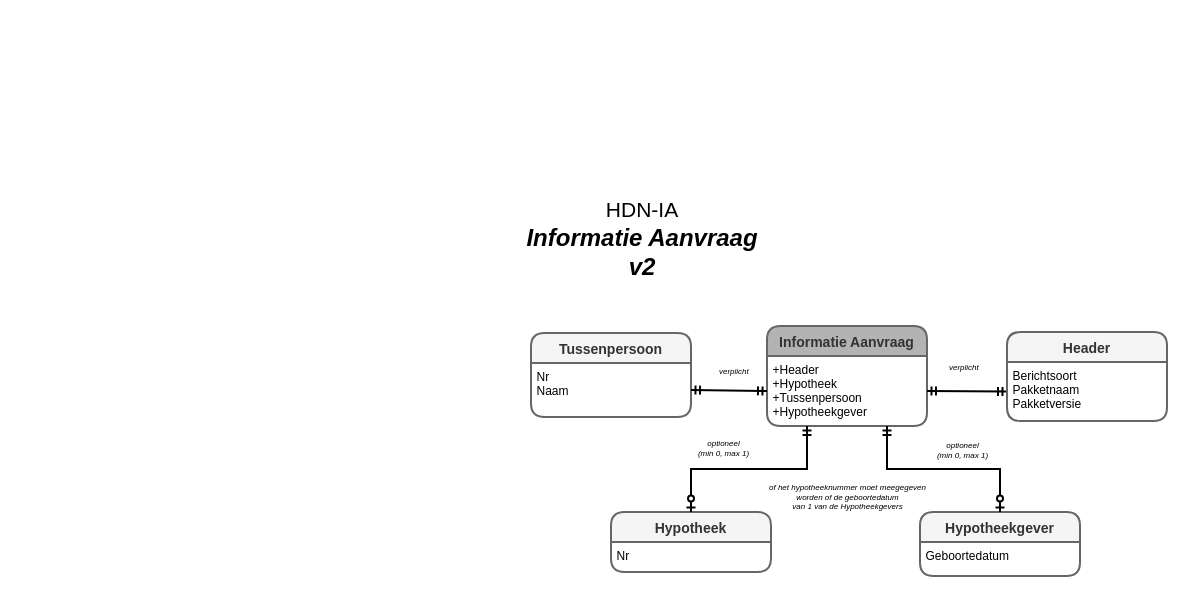
luchthandel/diagrams keeps this draw.io diagram as page "IA" (1 of 8) of 3rdParty-HDN.drawio. Above is the earlier version. Source tidied: cells renumbered, new cells numbered last; positions are measured from the earlier drawing's top-left corner, leaving out a move shared by most shapes. Both pictures are drawn from the tidied source at 100%, with x=0, y=0 at pixel (517, 185).
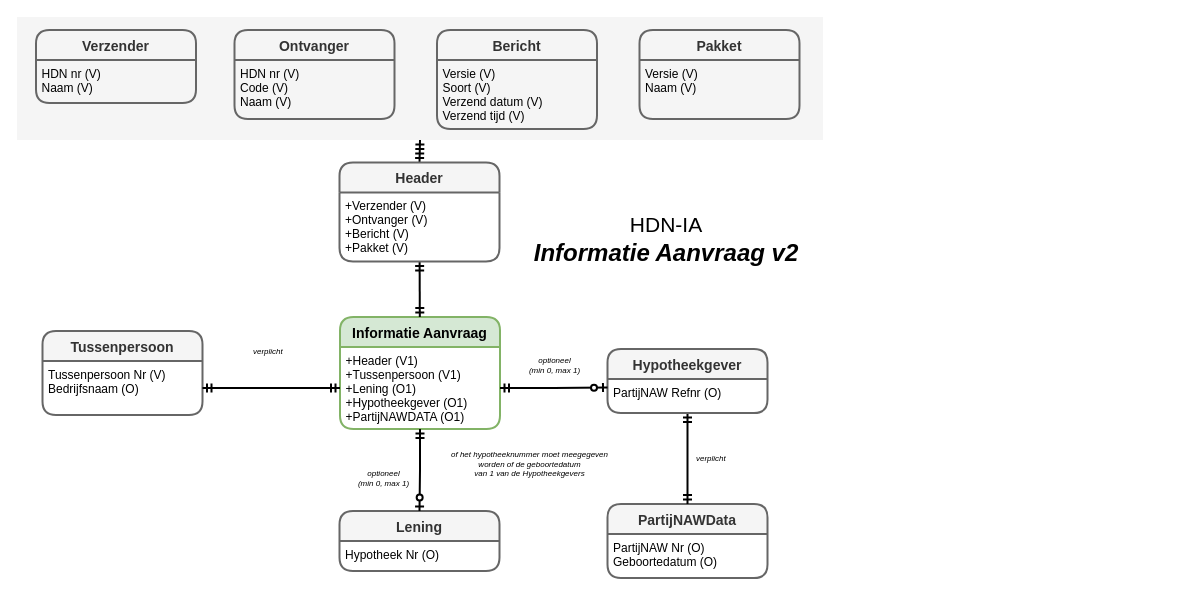
Above is the later version.

What changed in the source:
```diff
@@
-    <mxCell id="2" style="group;" parent="1" vertex="1">
-      <mxGeometry x="13.5" y="140.5" width="636" height="250" as="geometry" />
-    </mxCell>
+    <mxCell id="23" style="rounded=0;jettySize=auto;html=1;startArrow=ERmandOne;startFill=0;endArrow=ERmandOne;endFill=0;strokeWidth=2;fontSize=8;entryX=0.5;entryY=1;entryDx=0;entryDy=0;exitX=0.5;exitY=0;exitDx=0;exitDy=0;" parent="1" edge="1" source="16" target="27">
+      <mxGeometry relative="1" as="geometry" />
+    </mxCell>
+    <mxCell id="22" value="&lt;font style=&quot;font-size: 21px&quot;&gt;HDN-IA&lt;/font&gt;&lt;b style=&quot;font-size: 24px ; font-style: italic&quot;&gt;&lt;br&gt;Informatie Aanvraag v2&lt;/b&gt;" style="text;html=1;strokeColor=none;fillColor=none;align=center;verticalAlign=middle;whiteSpace=wrap;rounded=0;" parent="1" vertex="1">
+      <mxGeometry x="-0.5" y="-0.5" width="298" height="106" as="geometry" />
+    </mxCell>
+    <mxCell id="24" value="PartijNAWData" style="swimlane;horizontal=1;startSize=30;fillColor=#f5f5f5;fontColor=#333333;rounded=1;fontSize=14;fontStyle=1;strokeWidth=2;shadow=0;dashed=0;align=center;strokeColor=#666666;" parent="1" vertex="1">
+      <mxGeometry x="90" y="318.5" width="160" height="74" as="geometry" />
+    </mxCell>
+    <mxCell id="25" value="PartijNAW Nr (O)&#10;Geboortedatum (O)" style="align=left;strokeColor=none;fillColor=none;spacingLeft=4;fontSize=12;verticalAlign=top;" parent="24" vertex="1">
+      <mxGeometry y="30" width="160" height="44" as="geometry" />
+    </mxCell>
+    <mxCell id="26" style="rounded=0;jettySize=auto;html=1;startArrow=ERmandOne;startFill=0;endArrow=ERmandOne;endFill=0;strokeWidth=2;fontSize=8;exitX=0.5;exitY=0;exitDx=0;exitDy=0;" parent="1" edge="1" source="24" target="8">
+      <mxGeometry relative="1" as="geometry" />
+    </mxCell>
-    <mxCell id="3" value="Tussenpersoon" style="swimlane;horizontal=1;startSize=30;fillColor=#f5f5f5;fontColor=#333333;rounded=1;fontSize=14;fontStyle=1;strokeWidth=2;shadow=0;dashed=0;align=center;strokeColor=#666666;" parent="2" vertex="1">
-      <mxGeometry y="7" width="160" height="84" as="geometry" />
+    <mxCell id="3" value="Tussenpersoon" style="swimlane;horizontal=1;startSize=30;fillColor=#f5f5f5;fontColor=#333333;rounded=1;fontSize=14;fontStyle=1;strokeWidth=2;shadow=0;dashed=0;align=center;strokeColor=#666666;" parent="1" vertex="1">
+      <mxGeometry x="-475" y="145.5" width="160" height="84" as="geometry" />
     </mxCell>
-    <mxCell id="4" value="Nr&#10;Naam" style="align=left;strokeColor=none;fillColor=none;spacingLeft=4;fontSize=12;verticalAlign=top;" parent="3" vertex="1">
+    <mxCell id="4" value="Tussenpersoon Nr (V)&#10;Bedrijfsnaam (O)" style="align=left;strokeColor=none;fillColor=none;spacingLeft=4;fontSize=12;verticalAlign=top;" parent="3" vertex="1">
       <mxGeometry y="30" width="160" height="54" as="geometry" />
     </mxCell>
-    <mxCell id="5" value="Hypotheek" style="swimlane;horizontal=1;startSize=30;fillColor=#f5f5f5;rounded=1;fontSize=14;fontStyle=1;strokeWidth=2;shadow=0;dashed=0;align=center;strokeColor=#666666;fontColor=#333333;" parent="2" vertex="1">
-      <mxGeometry x="80" y="186" width="160" height="60" as="geometry" />
+    <mxCell id="5" value="Lening" style="swimlane;horizontal=1;startSize=30;fillColor=#f5f5f5;rounded=1;fontSize=14;fontStyle=1;strokeWidth=2;shadow=0;dashed=0;align=center;strokeColor=#666666;fontColor=#333333;" parent="1" vertex="1">
+      <mxGeometry x="-178" y="325.5" width="160" height="60" as="geometry" />
     </mxCell>
-    <mxCell id="6" value="Nr" style="align=left;strokeColor=none;fillColor=none;spacingLeft=4;fontSize=12;verticalAlign=top;" parent="5" vertex="1">
+    <mxCell id="6" value="Hypotheek Nr (O)" style="align=left;strokeColor=none;fillColor=none;spacingLeft=4;fontSize=12;verticalAlign=top;" parent="5" vertex="1">
       <mxGeometry y="30" width="160" height="30" as="geometry" />
     </mxCell>
-    <mxCell id="7" value="Hypotheekgever" style="swimlane;horizontal=1;startSize=30;fillColor=#f5f5f5;fontColor=#333333;rounded=1;fontSize=14;fontStyle=1;strokeWidth=2;shadow=0;dashed=0;align=center;strokeColor=#666666;" parent="2" vertex="1">
-      <mxGeometry x="389" y="186" width="160" height="64" as="geometry" />
+    <mxCell id="7" value="Hypotheekgever" style="swimlane;horizontal=1;startSize=30;fillColor=#f5f5f5;fontColor=#333333;rounded=1;fontSize=14;fontStyle=1;strokeWidth=2;shadow=0;dashed=0;align=center;strokeColor=#666666;" parent="1" vertex="1">
+      <mxGeometry x="90" y="163.5" width="160" height="64" as="geometry" />
     </mxCell>
-    <mxCell id="8" value="Geboortedatum" style="align=left;strokeColor=none;fillColor=none;spacingLeft=4;fontSize=12;verticalAlign=top;" parent="7" vertex="1">
+    <mxCell id="8" value="PartijNAW Refnr (O)" style="align=left;strokeColor=none;fillColor=none;spacingLeft=4;fontSize=12;verticalAlign=top;" parent="7" vertex="1">
       <mxGeometry y="30" width="160" height="34" as="geometry" />
     </mxCell>
-    <mxCell id="9" value="Informatie Aanvraag" style="swimlane;horizontal=1;startSize=30;fillColor=#B3B3B3;rounded=1;fontSize=14;fontStyle=1;strokeWidth=2;shadow=0;dashed=0;align=center;strokeColor=#666666;fontColor=#333333;" parent="2" vertex="1">
-      <mxGeometry x="236" width="160" height="100" as="geometry" />
+    <mxCell id="9" value="Informatie Aanvraag" style="swimlane;horizontal=1;startSize=30;fillColor=#d5e8d4;rounded=1;fontSize=14;fontStyle=1;strokeWidth=2;shadow=0;dashed=0;align=center;strokeColor=#82b366;" parent="1" vertex="1">
+      <mxGeometry x="-177.5" y="131.5" width="160" height="112" as="geometry" />
     </mxCell>
-    <mxCell id="10" value="+Header&#10;+Hypotheek&#10;+Tussenpersoon&#10;+Hypotheekgever" style="align=left;strokeColor=none;fillColor=none;spacingLeft=4;fontSize=12;verticalAlign=top;" parent="9" vertex="1">
-      <mxGeometry y="30" width="160" height="70" as="geometry" />
+    <mxCell id="10" value="+Header (V1)&#10;+Tussenpersoon (V1)&#10;+Lening (O1)&#10;+Hypotheekgever (O1)&#10;+PartijNAWDATA (O1)" style="align=left;strokeColor=none;fillColor=none;spacingLeft=4;fontSize=12;verticalAlign=top;" parent="9" vertex="1">
+      <mxGeometry y="30" width="160" height="82" as="geometry" />
     </mxCell>
-    <mxCell id="11" style="rounded=0;jettySize=auto;html=1;startArrow=ERmandOne;startFill=0;endArrow=ERmandOne;endFill=0;strokeWidth=2;fontSize=8;entryX=1;entryY=0.5;entryDx=0;entryDy=0;exitX=0;exitY=0.5;exitDx=0;exitDy=0;" parent="2" edge="1" source="17" target="10">
+    <mxCell id="11" style="rounded=0;jettySize=auto;html=1;startArrow=ERmandOne;startFill=0;endArrow=ERmandOne;endFill=0;strokeWidth=2;fontSize=8;" parent="1" edge="1" source="17" target="9">
       <mxGeometry relative="1" as="geometry" />
     </mxCell>
-    <mxCell id="12" style="rounded=0;jettySize=auto;html=1;startArrow=ERmandOne;startFill=0;endArrow=ERzeroToOne;endFill=1;strokeWidth=2;fontSize=8;entryX=0.5;entryY=0;entryDx=0;entryDy=0;exitX=0.25;exitY=1;exitDx=0;exitDy=0;edgeStyle=orthogonalEdgeStyle;" parent="2" edge="1" source="10" target="5">
+    <mxCell id="12" style="rounded=0;jettySize=auto;html=1;startArrow=ERmandOne;startFill=0;endArrow=ERzeroToOne;endFill=1;strokeWidth=2;fontSize=8;entryX=0.5;entryY=0;entryDx=0;entryDy=0;exitX=0.5;exitY=1;exitDx=0;exitDy=0;edgeStyle=orthogonalEdgeStyle;" parent="1" edge="1" source="10" target="5">
       <mxGeometry relative="1" as="geometry" />
     </mxCell>
-    <mxCell id="13" style="rounded=0;jettySize=auto;html=1;startArrow=ERmandOne;startFill=0;endArrow=ERzeroToOne;endFill=1;strokeWidth=2;fontSize=8;entryX=0.5;entryY=0;entryDx=0;entryDy=0;exitX=0.75;exitY=1;exitDx=0;exitDy=0;edgeStyle=orthogonalEdgeStyle;" parent="2" edge="1" source="10" target="7">
+    <mxCell id="13" style="rounded=0;jettySize=auto;html=1;startArrow=ERmandOne;startFill=0;endArrow=ERzeroToOne;endFill=1;strokeWidth=2;fontSize=8;entryX=0;entryY=0.25;entryDx=0;entryDy=0;edgeStyle=orthogonalEdgeStyle;" parent="1" edge="1" source="10" target="8">
       <mxGeometry relative="1" as="geometry" />
     </mxCell>
-    <mxCell id="14" value="verplicht" style="text;html=1;fontStyle=2;fontSize=8;" parent="2" vertex="1">
-      <mxGeometry x="186" y="34" width="50" height="30" as="geometry" />
+    <mxCell id="14" value="verplicht" style="text;html=1;fontStyle=2;fontSize=8;" parent="1" vertex="1">
+      <mxGeometry x="-266" y="154.5" width="50" height="30" as="geometry" />
     </mxCell>
-    <mxCell id="15" value="of het hypotheeknummer moet meegegeven &lt;br&gt;worden of de geboortedatum &lt;br&gt;van 1 van de Hypotheekgevers" style="text;html=1;fontStyle=2;fontSize=8;align=center;" parent="2" vertex="1">
-      <mxGeometry x="236" y="150" width="160" height="30" as="geometry" />
+    <mxCell id="15" value="of het hypotheeknummer moet meegegeven &lt;br&gt;worden of de geboortedatum &lt;br&gt;van 1 van de Hypotheekgevers" style="text;html=1;fontStyle=2;fontSize=8;align=center;" parent="1" vertex="1">
+      <mxGeometry x="-68.5" y="258" width="160" height="30" as="geometry" />
     </mxCell>
-    <mxCell id="16" value="Header" style="swimlane;horizontal=1;startSize=30;fillColor=#f5f5f5;fontColor=#333333;rounded=1;fontSize=14;fontStyle=1;strokeWidth=2;shadow=0;dashed=0;align=center;strokeColor=#666666;" parent="2" vertex="1">
-      <mxGeometry x="476" y="6" width="160" height="89" as="geometry" />
+    <mxCell id="16" value="Header" style="swimlane;horizontal=1;startSize=30;fillColor=#f5f5f5;fontColor=#333333;rounded=1;fontSize=14;fontStyle=1;strokeWidth=2;shadow=0;dashed=0;align=center;strokeColor=#666666;" parent="1" vertex="1">
+      <mxGeometry x="-178" y="-23" width="160" height="99" as="geometry" />
     </mxCell>
-    <mxCell id="17" value="Berichtsoort&#10;Pakketnaam&#10;Pakketversie&#10;" style="align=left;strokeColor=none;fillColor=none;spacingLeft=4;fontSize=12;verticalAlign=top;" parent="16" vertex="1">
-      <mxGeometry y="30" width="160" height="59" as="geometry" />
+    <mxCell id="17" value="+Verzender (V)&#10;+Ontvanger (V)&#10;+Bericht (V)&#10;+Pakket (V)" style="align=left;strokeColor=none;fillColor=none;spacingLeft=4;fontSize=12;verticalAlign=top;" parent="16" vertex="1">
+      <mxGeometry y="30" width="160" height="69" as="geometry" />
     </mxCell>
-    <mxCell id="18" style="rounded=0;jettySize=auto;html=1;startArrow=ERmandOne;startFill=0;endArrow=ERmandOne;endFill=0;strokeWidth=2;fontSize=8;entryX=1;entryY=0.5;entryDx=0;entryDy=0;exitX=0;exitY=0.5;exitDx=0;exitDy=0;" parent="2" edge="1" source="10" target="4">
+    <mxCell id="18" style="rounded=0;jettySize=auto;html=1;startArrow=ERmandOne;startFill=0;endArrow=ERmandOne;endFill=0;strokeWidth=2;fontSize=8;exitX=0;exitY=0.5;exitDx=0;exitDy=0;" parent="1" edge="1" source="10" target="4">
       <mxGeometry relative="1" as="geometry" />
     </mxCell>
-    <mxCell id="19" value="verplicht" style="text;html=1;fontStyle=2;fontSize=8;" parent="2" vertex="1">
-      <mxGeometry x="416" y="30" width="50" height="30" as="geometry" />
+    <mxCell id="19" value="verplicht" style="text;html=1;fontStyle=2;fontSize=8;" parent="1" vertex="1">
+      <mxGeometry x="177" y="262" width="50" height="30" as="geometry" />
     </mxCell>
-    <mxCell id="20" value="optioneel&lt;br&gt;(min 0, max 1)" style="text;html=1;fontStyle=2;fontSize=8;align=center;" parent="2" vertex="1">
-      <mxGeometry x="167" y="106.5" width="50" height="30" as="geometry" />
+    <mxCell id="20" value="optioneel&lt;br&gt;(min 0, max 1)" style="text;html=1;fontStyle=2;fontSize=8;align=center;" parent="1" vertex="1">
+      <mxGeometry x="-159" y="277" width="50" height="30" as="geometry" />
     </mxCell>
-    <mxCell id="21" value="optioneel&lt;br&gt;(min 0, max 1)" style="text;html=1;fontStyle=2;fontSize=8;align=center;" parent="2" vertex="1">
-      <mxGeometry x="406.5" y="108" width="50" height="30" as="geometry" />
+    <mxCell id="21" value="optioneel&lt;br&gt;(min 0, max 1)" style="text;html=1;fontStyle=2;fontSize=8;align=center;" parent="1" vertex="1">
+      <mxGeometry x="11.5" y="163.5" width="50" height="30" as="geometry" />
     </mxCell>
-    <mxCell id="22" value="&lt;font style=&quot;font-size: 21px&quot;&gt;HDN-IA&lt;/font&gt;&lt;b style=&quot;font-size: 24px ; font-style: italic&quot;&gt;&lt;br&gt;Informatie Aanvraag&lt;br&gt;v2&lt;/b&gt;" style="text;html=1;strokeColor=none;fillColor=none;align=center;verticalAlign=middle;whiteSpace=wrap;rounded=0;" parent="1" vertex="1">
-      <mxGeometry x="-0.5" y="-0.5" width="250" height="106" as="geometry" />
-    </mxCell>
+    <mxCell id="27" style="rounded=0;whiteSpace=wrap;html=1;fillColor=#f5f5f5;strokeColor=none;fontColor=#333333;" parent="1" vertex="1">
+      <mxGeometry x="-500.5" y="-168.5" width="806" height="123" as="geometry" />
+    </mxCell>
+    <mxCell id="28" value="Verzender" style="swimlane;horizontal=1;startSize=30;fillColor=#f5f5f5;fontColor=#333333;rounded=1;fontSize=14;fontStyle=1;strokeWidth=2;shadow=0;dashed=0;align=center;strokeColor=#666666;" parent="1" vertex="1">
+      <mxGeometry x="-481.5" y="-155.5" width="160" height="73" as="geometry" />
+    </mxCell>
+    <mxCell id="29" value="HDN nr (V)&#10;Naam (V)" style="align=left;strokeColor=none;fillColor=none;spacingLeft=4;fontSize=12;verticalAlign=top;" parent="28" vertex="1">
+      <mxGeometry y="30" width="160" height="43" as="geometry" />
+    </mxCell>
+    <mxCell id="30" value="Ontvanger" style="swimlane;horizontal=1;startSize=30;fillColor=#f5f5f5;fontColor=#333333;rounded=1;fontSize=14;fontStyle=1;strokeWidth=2;shadow=0;dashed=0;align=center;strokeColor=#666666;" parent="1" vertex="1">
+      <mxGeometry x="-283" y="-155.5" width="160" height="89" as="geometry" />
+    </mxCell>
+    <mxCell id="31" value="HDN nr (V)&#10;Code (V)&#10;Naam (V)" style="align=left;strokeColor=none;fillColor=none;spacingLeft=4;fontSize=12;verticalAlign=top;" parent="30" vertex="1">
+      <mxGeometry y="30" width="160" height="59" as="geometry" />
+    </mxCell>
+    <mxCell id="32" value="Bericht" style="swimlane;horizontal=1;startSize=30;fillColor=#f5f5f5;fontColor=#333333;rounded=1;fontSize=14;fontStyle=1;strokeWidth=2;shadow=0;dashed=0;align=center;strokeColor=#666666;" parent="1" vertex="1">
+      <mxGeometry x="-80.5" y="-155.5" width="160" height="99" as="geometry" />
+    </mxCell>
+    <mxCell id="33" value="Versie (V)&#10;Soort (V)&#10;Verzend datum (V)&#10;Verzend tijd (V)" style="align=left;strokeColor=none;fillColor=none;spacingLeft=4;fontSize=12;verticalAlign=top;" parent="32" vertex="1">
+      <mxGeometry y="30" width="160" height="69" as="geometry" />
+    </mxCell>
+    <mxCell id="34" value="Pakket" style="swimlane;horizontal=1;startSize=30;fillColor=#f5f5f5;fontColor=#333333;rounded=1;fontSize=14;fontStyle=1;strokeWidth=2;shadow=0;dashed=0;align=center;strokeColor=#666666;" parent="1" vertex="1">
+      <mxGeometry x="122" y="-155.5" width="160" height="89" as="geometry" />
+    </mxCell>
+    <mxCell id="35" value="Versie (V) &#10;Naam (V)" style="align=left;strokeColor=none;fillColor=none;spacingLeft=4;fontSize=12;verticalAlign=top;" parent="34" vertex="1">
+      <mxGeometry y="30" width="160" height="59" as="geometry" />
+    </mxCell>
```
